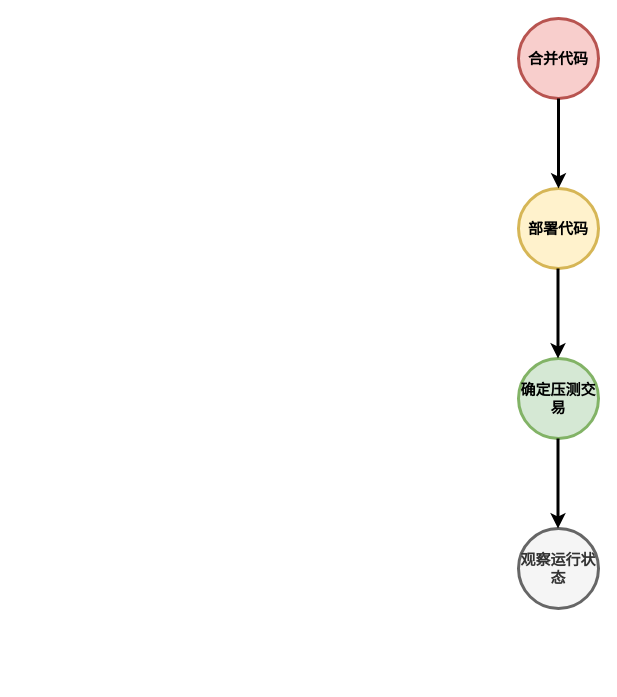
The draw.io diagram drawio/压测流程.drawio in forfreeday/design, before the edit. Source tidied: cells renumbered, new cells numbered last; positions are measured from the earlier drawing's top-left corner, leaving out a move shared by most shapes. Both pictures are drawn from the tidied source at 100%, with x=0, y=0 at pixel (518, 18).
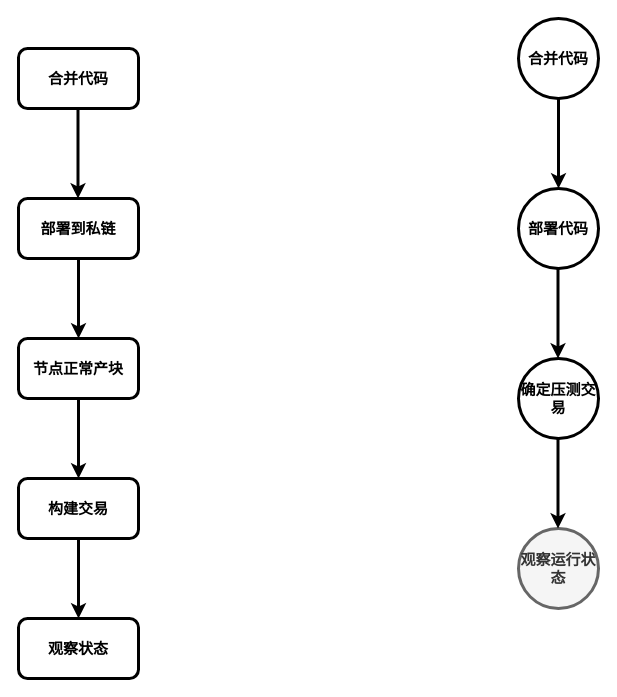
The same diagram, later.

Commit message (it also covers changes not shown here):
更新压测流程.drawio

The edit, as a diff of the source:
```diff
@@
-    <mxCell id="2" value="&lt;b&gt;&lt;font style=&quot;font-size: 15px;&quot;&gt;合并代码&lt;/font&gt;&lt;/b&gt;" style="ellipse;whiteSpace=wrap;html=1;strokeWidth=3;fillColor=#f8cecc;strokeColor=#b85450;" parent="1" vertex="1">
+    <mxCell id="2" value="&lt;b&gt;&lt;font style=&quot;font-size: 15px;&quot;&gt;合并代码&lt;/font&gt;&lt;/b&gt;" style="ellipse;whiteSpace=wrap;html=1;strokeWidth=3;" parent="1" vertex="1">
       <mxGeometry width="80" height="80" as="geometry" />
     </mxCell>
-    <mxCell id="3" value="&lt;font style=&quot;font-size: 15px;&quot;&gt;&lt;b&gt;部署代码&lt;/b&gt;&lt;/font&gt;" style="ellipse;whiteSpace=wrap;html=1;strokeWidth=3;fillColor=#fff2cc;strokeColor=#d6b656;" parent="1" vertex="1">
+    <mxCell id="3" value="&lt;font style=&quot;font-size: 15px;&quot;&gt;&lt;b&gt;部署代码&lt;/b&gt;&lt;/font&gt;" style="ellipse;whiteSpace=wrap;html=1;strokeWidth=3;" parent="1" vertex="1">
       <mxGeometry y="170" width="80" height="80" as="geometry" />
     </mxCell>
@@
-    <mxCell id="5" value="&lt;font style=&quot;font-size: 15px;&quot;&gt;&lt;b&gt;确定压测交易&lt;/b&gt;&lt;/font&gt;" style="ellipse;whiteSpace=wrap;html=1;strokeWidth=3;fillColor=#d5e8d4;strokeColor=#82b366;" parent="1" vertex="1">
+    <mxCell id="5" value="&lt;font style=&quot;font-size: 15px;&quot;&gt;&lt;b&gt;确定压测交易&lt;/b&gt;&lt;/font&gt;" style="ellipse;whiteSpace=wrap;html=1;strokeWidth=3;" parent="1" vertex="1">
       <mxGeometry y="340" width="80" height="80" as="geometry" />
     </mxCell>
@@
+    <mxCell id="9" value="&lt;b style=&quot;border-color: var(--border-color); font-size: 12px;&quot;&gt;&lt;font style=&quot;border-color: var(--border-color); font-size: 15px;&quot;&gt;合并代码&lt;/font&gt;&lt;/b&gt;" style="rounded=1;whiteSpace=wrap;html=1;strokeWidth=3;fontSize=15;" parent="1" vertex="1">
+      <mxGeometry x="-500" y="30" width="120" height="60" as="geometry" />
+    </mxCell>
+    <mxCell id="10" style="endArrow=classic;html=1;rounded=0;strokeWidth=3;" parent="1" edge="1">
+      <mxGeometry relative="1" as="geometry">
+        <mxPoint x="-440.5" y="90" as="sourcePoint" />
+        <mxPoint x="-440.5" y="180" as="targetPoint" />
+      </mxGeometry>
+    </mxCell>
+    <mxCell id="11" style="edgeStyle=orthogonalEdgeStyle;rounded=0;jettySize=auto;html=1;strokeWidth=3;fontSize=15;" parent="1" edge="1" source="12" target="14">
+      <mxGeometry relative="1" as="geometry" />
+    </mxCell>
+    <mxCell id="12" value="&lt;b style=&quot;border-color: var(--border-color);&quot;&gt;部署到私链&lt;/b&gt;" style="rounded=1;whiteSpace=wrap;html=1;strokeWidth=3;fontSize=15;" parent="1" vertex="1">
+      <mxGeometry x="-500" y="180" width="120" height="60" as="geometry" />
+    </mxCell>
+    <mxCell id="13" style="edgeStyle=orthogonalEdgeStyle;rounded=0;jettySize=auto;html=1;strokeWidth=3;fontSize=15;" parent="1" edge="1" source="14" target="16">
+      <mxGeometry relative="1" as="geometry" />
+    </mxCell>
+    <mxCell id="14" value="&lt;b style=&quot;border-color: var(--border-color);&quot;&gt;节点正常产块&lt;br&gt;&lt;/b&gt;" style="rounded=1;whiteSpace=wrap;html=1;strokeWidth=3;fontSize=15;" parent="1" vertex="1">
+      <mxGeometry x="-500" y="320" width="120" height="60" as="geometry" />
+    </mxCell>
+    <mxCell id="15" style="edgeStyle=orthogonalEdgeStyle;rounded=0;jettySize=auto;html=1;strokeWidth=3;fontSize=15;" parent="1" edge="1" source="16" target="17">
+      <mxGeometry relative="1" as="geometry" />
+    </mxCell>
+    <mxCell id="16" value="&lt;b&gt;构建交易&lt;/b&gt;" style="whiteSpace=wrap;html=1;fontSize=15;rounded=1;strokeWidth=3;" parent="1" vertex="1">
+      <mxGeometry x="-500" y="460" width="120" height="60" as="geometry" />
+    </mxCell>
+    <mxCell id="17" value="&lt;b&gt;观察状态&lt;/b&gt;" style="whiteSpace=wrap;html=1;fontSize=15;rounded=1;strokeWidth=3;" parent="1" vertex="1">
+      <mxGeometry x="-500" y="600" width="120" height="60" as="geometry" />
+    </mxCell>
```
